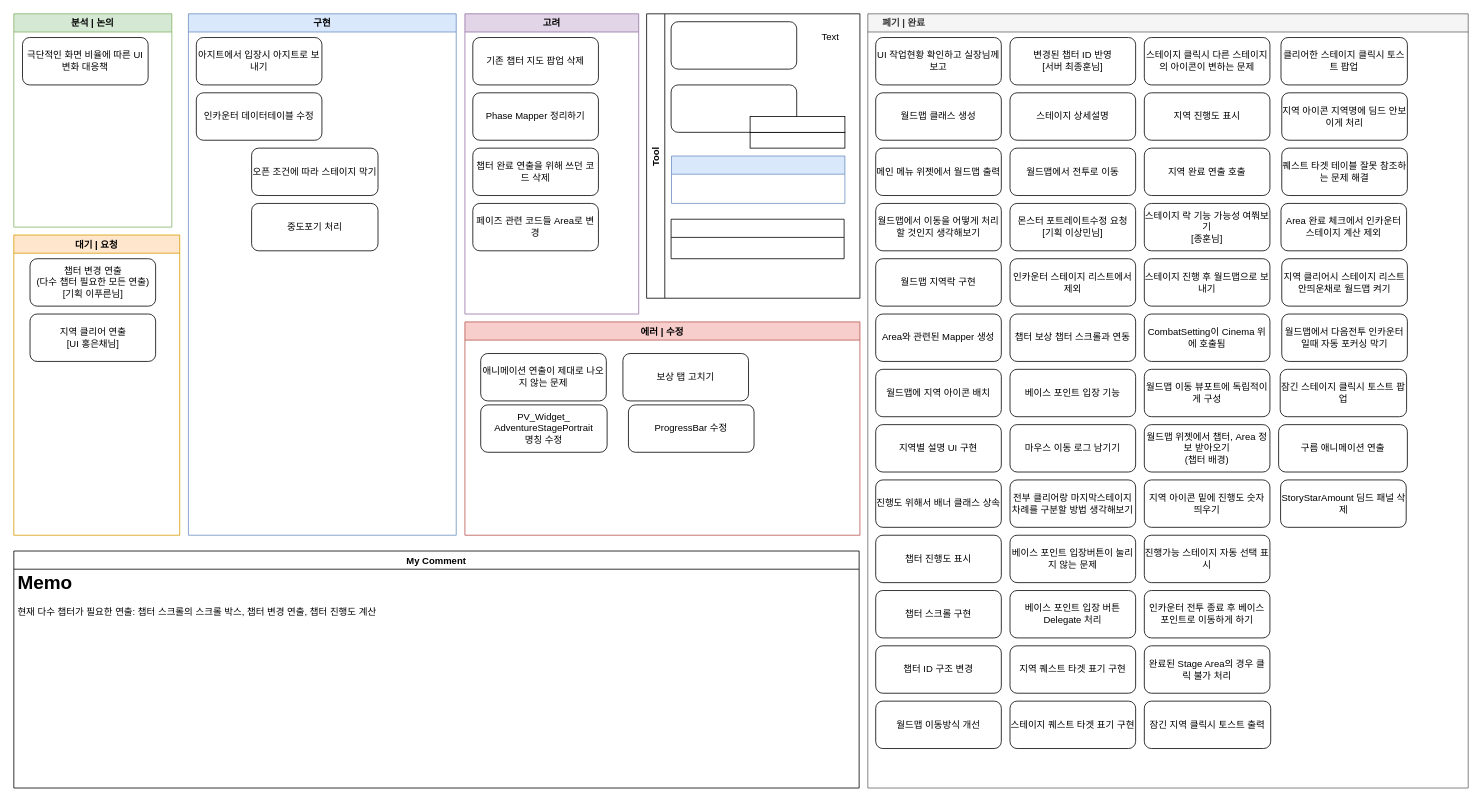
The draw.io diagram 반복 스테이지 진행상황.drawio in Endorr/Job-Board, before the edit. Source tidied: cells renumbered, new cells numbered last; positions are measured from the earlier drawing's top-left corner, leaving out a move shared by most shapes. Both pictures are drawn from the tidied source at 79%, with x=0, y=0 at pixel (13, 13).
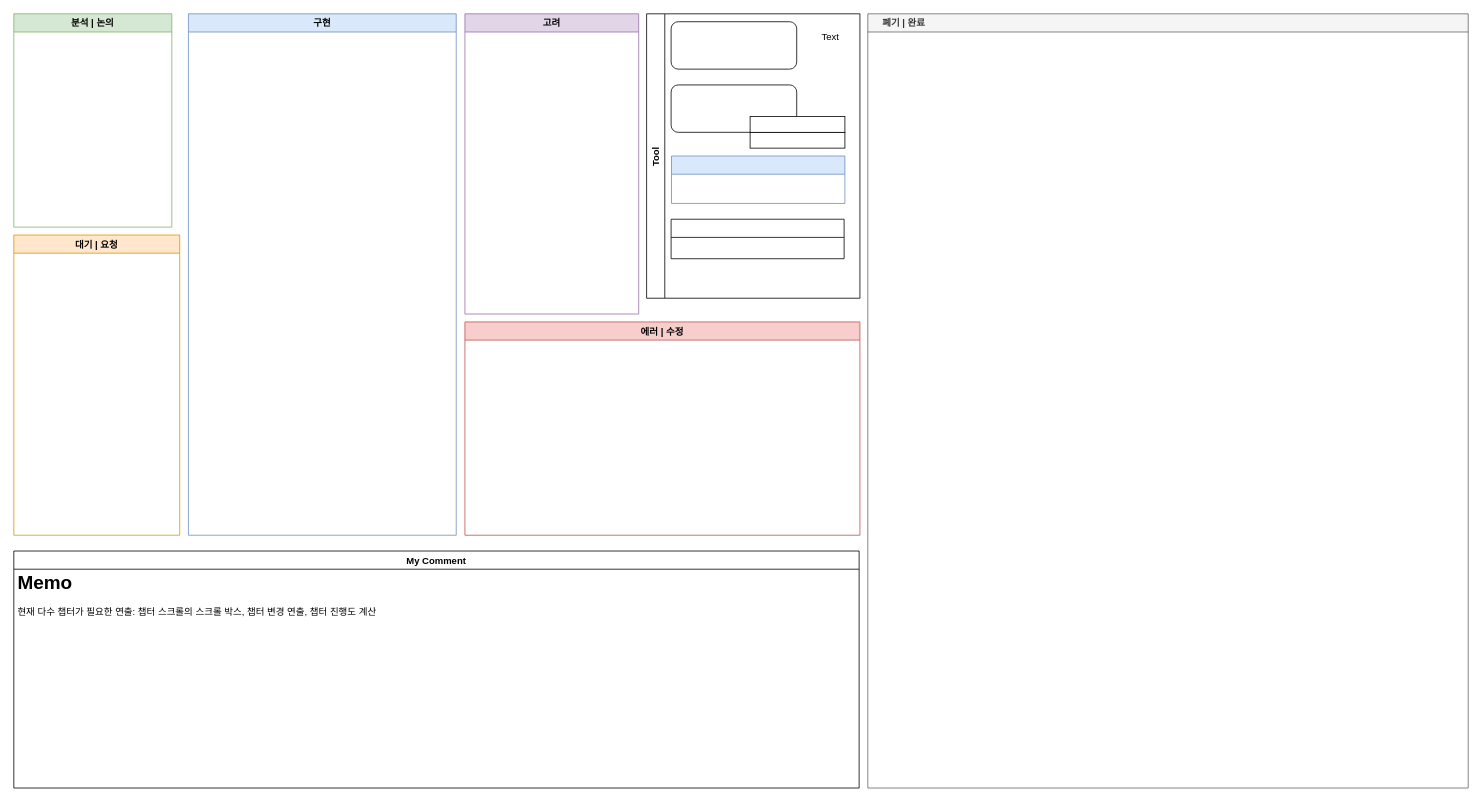
The same diagram, later.

Commit message:
Update 반복 스테이지 진행상황.drawio

The change refers to these unchanged cells:
```xml
<mxCell id="2" value="구현" style="swimlane;fillColor=#dae8fc;strokeColor=#6c8ebf;" parent="1" vertex="1">
  <mxGeometry x="221" width="339" height="660" as="geometry" />
</mxCell>
<mxCell id="7" value="분석 | 논의" style="swimlane;strokeColor=#82b366;fillColor=#D5E8D4;" parent="1" vertex="1">
  <mxGeometry width="200" height="270" as="geometry" />
</mxCell>
<mxCell id="9" value="고려" style="swimlane;fillColor=#e1d5e7;strokeColor=#9673a6;" parent="1" vertex="1">
  <mxGeometry x="571" width="220" height="380" as="geometry" />
</mxCell>
<mxCell id="14" value="대기 | 요청" style="swimlane;strokeColor=#d79b00;fillColor=#ffe6cc;" parent="1" vertex="1">
  <mxGeometry y="280" width="210" height="380" as="geometry" />
</mxCell>
<mxCell id="17" value="에러 | 수정" style="swimlane;fillColor=#f8cecc;strokeColor=#b85450;startSize=23;" parent="1" vertex="1">
  <mxGeometry x="571" y="390" width="500" height="270" as="geometry" />
</mxCell>
<mxCell id="22" value="     폐기 | 완료" style="swimlane;strokeColor=#666666;fillColor=#f5f5f5;fontColor=#333333;align=left;" parent="1" vertex="1">
  <mxGeometry x="1081" width="760" height="980" as="geometry" />
</mxCell>
```

Diff of the diagram source:
```diff
@@
-    <mxCell id="3" value="아지트에서 입장시 아지트로 보내기" style="rounded=1;whiteSpace=wrap;html=1;" parent="2" vertex="1">
-      <mxGeometry x="10" y="30" width="159" height="60" as="geometry" />
-    </mxCell>
-    <mxCell id="4" value="오픈 조건에 따라 스테이지 막기" style="rounded=1;whiteSpace=wrap;html=1;" parent="2" vertex="1">
-      <mxGeometry x="80" y="170" width="160" height="60" as="geometry" />
-    </mxCell>
-    <mxCell id="5" value="중도포기 처리" style="rounded=1;whiteSpace=wrap;html=1;" parent="2" vertex="1">
-      <mxGeometry x="80" y="240" width="160" height="60" as="geometry" />
-    </mxCell>
-    <mxCell id="6" value="인카운터 데이터테이블 수정" style="rounded=1;whiteSpace=wrap;html=1;" parent="2" vertex="1">
-      <mxGeometry x="10" y="100" width="159" height="60" as="geometry" />
-    </mxCell>
@@
-    <mxCell id="8" value="극단적인 화면 비율에 따른 UI 변화 대응책" style="rounded=1;whiteSpace=wrap;html=1;" parent="7" vertex="1">
-      <mxGeometry x="11" y="30" width="159" height="60" as="geometry" />
-    </mxCell>
@@
-    <mxCell id="10" value="기존 챕터 지도 팝업 삭제" style="rounded=1;whiteSpace=wrap;html=1;" parent="9" vertex="1">
-      <mxGeometry x="10" y="30" width="159" height="60" as="geometry" />
-    </mxCell>
-    <mxCell id="11" value="Phase Mapper 정리하기" style="rounded=1;whiteSpace=wrap;html=1;" parent="9" vertex="1">
-      <mxGeometry x="10" y="100" width="159" height="60" as="geometry" />
-    </mxCell>
-    <mxCell id="12" value="챕터 완료 연출을 위해 쓰던 코드 삭제" style="rounded=1;whiteSpace=wrap;html=1;" parent="9" vertex="1">
-      <mxGeometry x="10" y="170" width="159" height="60" as="geometry" />
-    </mxCell>
-    <mxCell id="13" value="페이즈 관련 코드들 Area로 변경" style="rounded=1;whiteSpace=wrap;html=1;" parent="9" vertex="1">
-      <mxGeometry x="10" y="240" width="159" height="60" as="geometry" />
-    </mxCell>
@@
-    <mxCell id="15" value="챕터 변경 연출&lt;br&gt;(다수 챕터 필요한 모든 연출)&lt;br&gt;[기획 이푸른님]" style="rounded=1;whiteSpace=wrap;html=1;" parent="14" vertex="1">
-      <mxGeometry x="20.5" y="30" width="159" height="60" as="geometry" />
-    </mxCell>
-    <mxCell id="16" value="지역 클리어 연출&lt;br&gt;[UI 홍은채님]" style="rounded=1;whiteSpace=wrap;html=1;" parent="14" vertex="1">
-      <mxGeometry x="20.5" y="100" width="159" height="60" as="geometry" />
-    </mxCell>
@@
-    <mxCell id="18" value="애니메이션 연출이 제대로 나오지 않는 문제" style="rounded=1;whiteSpace=wrap;html=1;" parent="17" vertex="1">
-      <mxGeometry x="20" y="40" width="159" height="60" as="geometry" />
-    </mxCell>
-    <mxCell id="19" value="보상 탭 고치기" style="rounded=1;whiteSpace=wrap;html=1;" parent="17" vertex="1">
-      <mxGeometry x="200" y="40" width="159" height="60" as="geometry" />
-    </mxCell>
-    <mxCell id="20" value="PV_Widget_&lt;br&gt;AdventureStagePortrait&lt;br&gt;명칭 수정" style="rounded=1;whiteSpace=wrap;html=1;" parent="17" vertex="1">
-      <mxGeometry x="20" y="105" width="160" height="60" as="geometry" />
-    </mxCell>
-    <mxCell id="21" value="ProgressBar 수정" style="rounded=1;whiteSpace=wrap;html=1;" parent="17" vertex="1">
-      <mxGeometry x="207" y="105" width="159" height="60" as="geometry" />
-    </mxCell>
@@
-    <mxCell id="23" value="UI 작업현황 확인하고 실장님께 보고" style="rounded=1;whiteSpace=wrap;html=1;" parent="22" vertex="1">
-      <mxGeometry x="10" y="30" width="159" height="60" as="geometry" />
-    </mxCell>
-    <mxCell id="24" value="월드맵 클래스 생성" style="rounded=1;whiteSpace=wrap;html=1;" parent="22" vertex="1">
-      <mxGeometry x="10" y="100" width="159" height="60" as="geometry" />
-    </mxCell>
-    <mxCell id="25" value="메인 메뉴 위젯에서 월드맵 출력" style="rounded=1;whiteSpace=wrap;html=1;" parent="22" vertex="1">
-      <mxGeometry x="10" y="170" width="159" height="60" as="geometry" />
-    </mxCell>
-    <mxCell id="26" value="월드맵에서 이동을 어떻게 처리할 것인지 생각해보기" style="rounded=1;whiteSpace=wrap;html=1;" parent="22" vertex="1">
-      <mxGeometry x="10" y="240" width="159" height="60" as="geometry" />
-    </mxCell>
-    <mxCell id="27" value="Area와 관련된 Mapper 생성" style="rounded=1;whiteSpace=wrap;html=1;" parent="22" vertex="1">
-      <mxGeometry x="10" y="380" width="159" height="60" as="geometry" />
-    </mxCell>
-    <mxCell id="28" value="월드맵에 지역 아이콘 배치" style="rounded=1;whiteSpace=wrap;html=1;" parent="22" vertex="1">
-      <mxGeometry x="10" y="450" width="159" height="60" as="geometry" />
-    </mxCell>
-    <mxCell id="29" value="월드맵 지역락 구현" style="rounded=1;whiteSpace=wrap;html=1;" parent="22" vertex="1">
-      <mxGeometry x="10" y="310" width="159" height="60" as="geometry" />
-    </mxCell>
-    <mxCell id="30" value="지역별 설명 UI 구현" style="rounded=1;whiteSpace=wrap;html=1;" parent="22" vertex="1">
-      <mxGeometry x="10" y="520" width="159" height="60" as="geometry" />
-    </mxCell>
-    <mxCell id="31" value="진행도 위해서 배너 클래스 상속" style="rounded=1;whiteSpace=wrap;html=1;" parent="22" vertex="1">
-      <mxGeometry x="10" y="590" width="159" height="60" as="geometry" />
-    </mxCell>
-    <mxCell id="32" value="챕터 진행도 표시" style="rounded=1;whiteSpace=wrap;html=1;" parent="22" vertex="1">
-      <mxGeometry x="10" y="660" width="159" height="60" as="geometry" />
-    </mxCell>
-    <mxCell id="33" value="챕터 스크롤 구현" style="rounded=1;whiteSpace=wrap;html=1;" parent="22" vertex="1">
-      <mxGeometry x="10" y="730" width="159" height="60" as="geometry" />
-    </mxCell>
-    <mxCell id="34" value="챕터 ID 구조 변경" style="rounded=1;whiteSpace=wrap;html=1;" parent="22" vertex="1">
-      <mxGeometry x="10" y="800" width="159" height="60" as="geometry" />
-    </mxCell>
-    <mxCell id="35" value="월드맵 이동방식 개선" style="rounded=1;whiteSpace=wrap;html=1;" parent="22" vertex="1">
-      <mxGeometry x="10" y="870" width="159" height="60" as="geometry" />
-    </mxCell>
-    <mxCell id="36" value="변경된 챕터 ID 반영&lt;br&gt;[서버 최종훈님]" style="rounded=1;whiteSpace=wrap;html=1;" parent="22" vertex="1">
-      <mxGeometry x="180" y="30" width="159" height="60" as="geometry" />
-    </mxCell>
-    <mxCell id="37" value="스테이지 상세설명" style="rounded=1;whiteSpace=wrap;html=1;" parent="22" vertex="1">
-      <mxGeometry x="180" y="100" width="159" height="60" as="geometry" />
-    </mxCell>
-    <mxCell id="38" value="월드맵에서 전투로 이동" style="rounded=1;whiteSpace=wrap;html=1;" parent="22" vertex="1">
-      <mxGeometry x="180" y="170" width="159" height="60" as="geometry" />
-    </mxCell>
-    <mxCell id="39" value="몬스터 포트레이트수정 요청&lt;br&gt;[기획 이상민님]" style="rounded=1;whiteSpace=wrap;html=1;" parent="22" vertex="1">
-      <mxGeometry x="180" y="240" width="159" height="60" as="geometry" />
-    </mxCell>
-    <mxCell id="40" value="인카운터 스테이지 리스트에서 제외" style="rounded=1;whiteSpace=wrap;html=1;" parent="22" vertex="1">
-      <mxGeometry x="180" y="310" width="159" height="60" as="geometry" />
-    </mxCell>
-    <mxCell id="41" value="챕터 보상 챕터 스크롤과 연동" style="rounded=1;whiteSpace=wrap;html=1;" parent="22" vertex="1">
-      <mxGeometry x="180" y="380" width="159" height="60" as="geometry" />
-    </mxCell>
-    <mxCell id="42" value="베이스 포인트 입장 기능" style="rounded=1;whiteSpace=wrap;html=1;" parent="22" vertex="1">
-      <mxGeometry x="180" y="450" width="159" height="60" as="geometry" />
-    </mxCell>
-    <mxCell id="43" value="마우스 이동 로그 남기기" style="rounded=1;whiteSpace=wrap;html=1;" parent="22" vertex="1">
-      <mxGeometry x="180" y="520" width="159" height="60" as="geometry" />
-    </mxCell>
-    <mxCell id="44" value="전부 클리어랑 마지막스테이지 차례를 구분할 방법 생각해보기" style="rounded=1;whiteSpace=wrap;html=1;" parent="22" vertex="1">
-      <mxGeometry x="180" y="590" width="159" height="60" as="geometry" />
-    </mxCell>
-    <mxCell id="45" value="베이스 포인트 입장버튼이 눌리지 않는 문제" style="rounded=1;whiteSpace=wrap;html=1;" parent="22" vertex="1">
-      <mxGeometry x="180" y="660" width="159" height="60" as="geometry" />
-    </mxCell>
-    <mxCell id="46" value="베이스 포인트 입장 버튼 Delegate 처리" style="rounded=1;whiteSpace=wrap;html=1;" parent="22" vertex="1">
-      <mxGeometry x="180" y="730" width="159" height="60" as="geometry" />
-    </mxCell>
-    <mxCell id="47" value="지역 퀘스트 타겟 표기 구현" style="rounded=1;whiteSpace=wrap;html=1;" parent="22" vertex="1">
-      <mxGeometry x="180" y="800" width="159" height="60" as="geometry" />
-    </mxCell>
-    <mxCell id="48" value="스테이지 퀘스트 타겟 표기 구현" style="rounded=1;whiteSpace=wrap;html=1;" parent="22" vertex="1">
-      <mxGeometry x="180" y="870" width="159" height="60" as="geometry" />
-    </mxCell>
-    <mxCell id="49" value="스테이지 클릭시 다른 스테이지의 아이콘이 변하는 문제" style="rounded=1;whiteSpace=wrap;html=1;" parent="22" vertex="1">
-      <mxGeometry x="350" y="30" width="159" height="60" as="geometry" />
-    </mxCell>
-    <mxCell id="50" value="지역 진행도 표시" style="rounded=1;whiteSpace=wrap;html=1;" parent="22" vertex="1">
-      <mxGeometry x="350" y="100" width="159" height="60" as="geometry" />
-    </mxCell>
-    <mxCell id="51" value="지역 완료 연출 호출" style="rounded=1;whiteSpace=wrap;html=1;" parent="22" vertex="1">
-      <mxGeometry x="350" y="170" width="159" height="60" as="geometry" />
-    </mxCell>
-    <mxCell id="52" value="스테이지 락 기능 가능성 여쭤보기&lt;br&gt;[종훈님]" style="rounded=1;whiteSpace=wrap;html=1;" parent="22" vertex="1">
-      <mxGeometry x="350" y="240" width="159" height="60" as="geometry" />
-    </mxCell>
-    <mxCell id="53" value="스테이지 진행 후 월드맵으로 보내기" style="rounded=1;whiteSpace=wrap;html=1;" parent="22" vertex="1">
-      <mxGeometry x="350" y="310" width="159" height="60" as="geometry" />
-    </mxCell>
-    <mxCell id="54" value="CombatSetting이 Cinema 위에 호출됨" style="rounded=1;whiteSpace=wrap;html=1;" parent="22" vertex="1">
-      <mxGeometry x="350" y="380" width="159" height="60" as="geometry" />
-    </mxCell>
-    <mxCell id="55" value="월드맵 이동 뷰포트에 독립적이게 구성" style="rounded=1;whiteSpace=wrap;html=1;" parent="22" vertex="1">
-      <mxGeometry x="350" y="450" width="159" height="60" as="geometry" />
-    </mxCell>
-    <mxCell id="56" value="월드맵 위젯에서 챕터, Area 정보 받아오기&lt;br&gt;(챕터 배경)" style="rounded=1;whiteSpace=wrap;html=1;" parent="22" vertex="1">
-      <mxGeometry x="350" y="520" width="159" height="60" as="geometry" />
-    </mxCell>
-    <mxCell id="57" value="지역 아이콘 밑에 진행도 숫자 띄우기" style="rounded=1;whiteSpace=wrap;html=1;" parent="22" vertex="1">
-      <mxGeometry x="350" y="590" width="159" height="60" as="geometry" />
-    </mxCell>
-    <mxCell id="58" value="진행가능 스테이지 자동 선택 표시" style="rounded=1;whiteSpace=wrap;html=1;" parent="22" vertex="1">
-      <mxGeometry x="350" y="660" width="159" height="60" as="geometry" />
-    </mxCell>
-    <mxCell id="59" value="인카운터 전투 종료 후 베이스 포인트로 이동하게 하기" style="rounded=1;whiteSpace=wrap;html=1;" parent="22" vertex="1">
-      <mxGeometry x="350" y="730" width="159" height="60" as="geometry" />
-    </mxCell>
-    <mxCell id="60" value="완료된 Stage Area의 경우 클릭 불가 처리" style="rounded=1;whiteSpace=wrap;html=1;" parent="22" vertex="1">
-      <mxGeometry x="350" y="800" width="159" height="60" as="geometry" />
-    </mxCell>
-    <mxCell id="61" value="잠긴 지역 클릭시 토스트 출력" style="rounded=1;whiteSpace=wrap;html=1;" parent="22" vertex="1">
-      <mxGeometry x="350" y="870" width="160" height="60" as="geometry" />
-    </mxCell>
-    <mxCell id="62" value="클리어한 스테이지 클릭시 토스트 팝업" style="rounded=1;whiteSpace=wrap;html=1;" parent="22" vertex="1">
-      <mxGeometry x="523" y="30" width="160" height="60" as="geometry" />
-    </mxCell>
-    <mxCell id="63" value="퀘스트 타겟 테이블 잘못 참조하는 문제 해결" style="rounded=1;whiteSpace=wrap;html=1;" parent="22" vertex="1">
-      <mxGeometry x="524" y="170" width="159" height="60" as="geometry" />
-    </mxCell>
-    <mxCell id="64" value="지역 아이콘 지역명에 딤드 안보이게 처리" style="rounded=1;whiteSpace=wrap;html=1;" parent="22" vertex="1">
-      <mxGeometry x="524" y="100" width="159" height="60" as="geometry" />
-    </mxCell>
-    <mxCell id="65" value="Area 완료 체크에서 인카운터 스테이지 계산 제외" style="rounded=1;whiteSpace=wrap;html=1;" parent="22" vertex="1">
-      <mxGeometry x="523" y="240" width="159" height="60" as="geometry" />
-    </mxCell>
-    <mxCell id="66" value="지역 클리어시 스테이지 리스트 안띄운채로 월드맵 켜기" style="rounded=1;whiteSpace=wrap;html=1;" parent="22" vertex="1">
-      <mxGeometry x="524" y="310" width="159" height="60" as="geometry" />
-    </mxCell>
-    <mxCell id="67" value="월드맵에서 다음전투 인카운터일때 자동 포커싱 막기" style="rounded=1;whiteSpace=wrap;html=1;" parent="22" vertex="1">
-      <mxGeometry x="524" y="380" width="159" height="60" as="geometry" />
-    </mxCell>
-    <mxCell id="68" value="잠긴 스테이지 클릭시 토스트 팝업" style="rounded=1;whiteSpace=wrap;html=1;" parent="22" vertex="1">
-      <mxGeometry x="522" y="450" width="160" height="60" as="geometry" />
-    </mxCell>
-    <mxCell id="69" value="구름 애니메이션 연출" style="rounded=1;whiteSpace=wrap;html=1;" parent="22" vertex="1">
-      <mxGeometry x="520" y="520" width="163" height="60" as="geometry" />
-    </mxCell>
-    <mxCell id="70" value="StoryStarAmount 딤드 패널 삭제" style="rounded=1;whiteSpace=wrap;html=1;" parent="22" vertex="1">
-      <mxGeometry x="522.5" y="590" width="159" height="60" as="geometry" />
-    </mxCell>
```
